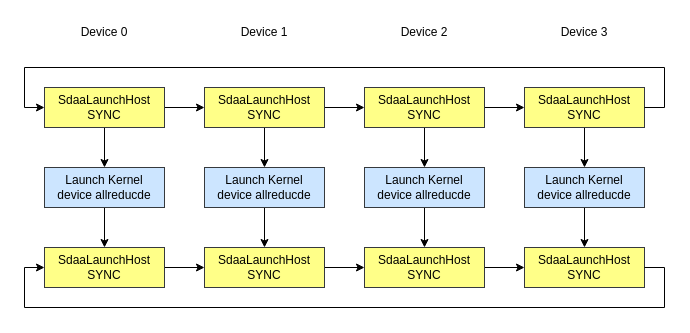
Above: device_sync_op.drawio in BEYHHH/SBLP (draw.io), before the change. Source tidied: cells renumbered, new cells numbered last; positions are measured from the earlier drawing's top-left corner, leaving out a move shared by most shapes. Both pictures are drawn from the tidied source at 100%, with x=0, y=0 at pixel (24, 17).
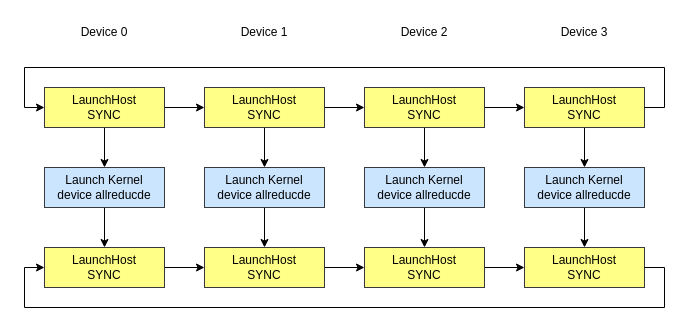
After the change.

What changed in the source:
```diff
@@
-    <mxCell id="4" value="SdaaLaunchHost&lt;br&gt;SYNC" style="rounded=0;whiteSpace=wrap;html=1;fillColor=#ffff88;strokeColor=#36393d;" parent="1" vertex="1">
+    <mxCell id="4" value="LaunchHost&lt;br&gt;SYNC" style="rounded=0;whiteSpace=wrap;html=1;fillColor=#ffff88;strokeColor=#36393d;" parent="1" vertex="1">
       <mxGeometry x="20" y="70" width="120" height="40" as="geometry" />
     </mxCell>
@@
-    <mxCell id="8" value="SdaaLaunchHost&lt;br&gt;SYNC" style="rounded=0;whiteSpace=wrap;html=1;fillColor=#ffff88;strokeColor=#36393d;" parent="1" vertex="1">
+    <mxCell id="8" value="LaunchHost&lt;br style=&quot;border-color: var(--border-color);&quot;&gt;SYNC" style="rounded=0;whiteSpace=wrap;html=1;fillColor=#ffff88;strokeColor=#36393d;" parent="1" vertex="1">
       <mxGeometry x="20" y="230" width="120" height="40" as="geometry" />
     </mxCell>
@@
-    <mxCell id="12" value="SdaaLaunchHost&lt;br&gt;SYNC" style="rounded=0;whiteSpace=wrap;html=1;fillColor=#ffff88;strokeColor=#36393d;" parent="1" vertex="1">
+    <mxCell id="12" value="LaunchHost&lt;br&gt;SYNC" style="rounded=0;whiteSpace=wrap;html=1;fillColor=#ffff88;strokeColor=#36393d;" parent="1" vertex="1">
       <mxGeometry x="180" y="70" width="120" height="40" as="geometry" />
     </mxCell>
@@
-    <mxCell id="16" value="SdaaLaunchHost&lt;br&gt;SYNC" style="rounded=0;whiteSpace=wrap;html=1;fillColor=#ffff88;strokeColor=#36393d;" parent="1" vertex="1">
+    <mxCell id="16" value="LaunchHost&lt;br style=&quot;border-color: var(--border-color);&quot;&gt;SYNC" style="rounded=0;whiteSpace=wrap;html=1;fillColor=#ffff88;strokeColor=#36393d;" parent="1" vertex="1">
       <mxGeometry x="180" y="230" width="120" height="40" as="geometry" />
     </mxCell>
@@
-    <mxCell id="20" value="SdaaLaunchHost&lt;br&gt;SYNC" style="rounded=0;whiteSpace=wrap;html=1;fillColor=#ffff88;strokeColor=#36393d;" parent="1" vertex="1">
+    <mxCell id="20" value="LaunchHost&lt;br&gt;SYNC" style="rounded=0;whiteSpace=wrap;html=1;fillColor=#ffff88;strokeColor=#36393d;" parent="1" vertex="1">
       <mxGeometry x="340" y="70" width="120" height="40" as="geometry" />
     </mxCell>
@@
-    <mxCell id="24" value="SdaaLaunchHost&lt;br&gt;SYNC" style="rounded=0;whiteSpace=wrap;html=1;fillColor=#ffff88;strokeColor=#36393d;" parent="1" vertex="1">
+    <mxCell id="24" value="LaunchHost&lt;br style=&quot;border-color: var(--border-color);&quot;&gt;SYNC" style="rounded=0;whiteSpace=wrap;html=1;fillColor=#ffff88;strokeColor=#36393d;" parent="1" vertex="1">
       <mxGeometry x="340" y="230" width="120" height="40" as="geometry" />
     </mxCell>
@@
-    <mxCell id="27" value="SdaaLaunchHost&lt;br&gt;SYNC" style="rounded=0;whiteSpace=wrap;html=1;fillColor=#ffff88;strokeColor=#36393d;" parent="1" vertex="1">
+    <mxCell id="27" value="LaunchHost&lt;br style=&quot;border-color: var(--border-color);&quot;&gt;SYNC" style="rounded=0;whiteSpace=wrap;html=1;fillColor=#ffff88;strokeColor=#36393d;" parent="1" vertex="1">
       <mxGeometry x="500" y="70" width="120" height="40" as="geometry" />
     </mxCell>
@@
-    <mxCell id="30" value="SdaaLaunchHost&lt;br&gt;SYNC" style="rounded=0;whiteSpace=wrap;html=1;fillColor=#ffff88;strokeColor=#36393d;" parent="1" vertex="1">
+    <mxCell id="30" value="LaunchHost&lt;br style=&quot;border-color: var(--border-color);&quot;&gt;SYNC" style="rounded=0;whiteSpace=wrap;html=1;fillColor=#ffff88;strokeColor=#36393d;" parent="1" vertex="1">
       <mxGeometry x="500" y="230" width="120" height="40" as="geometry" />
     </mxCell>
```
